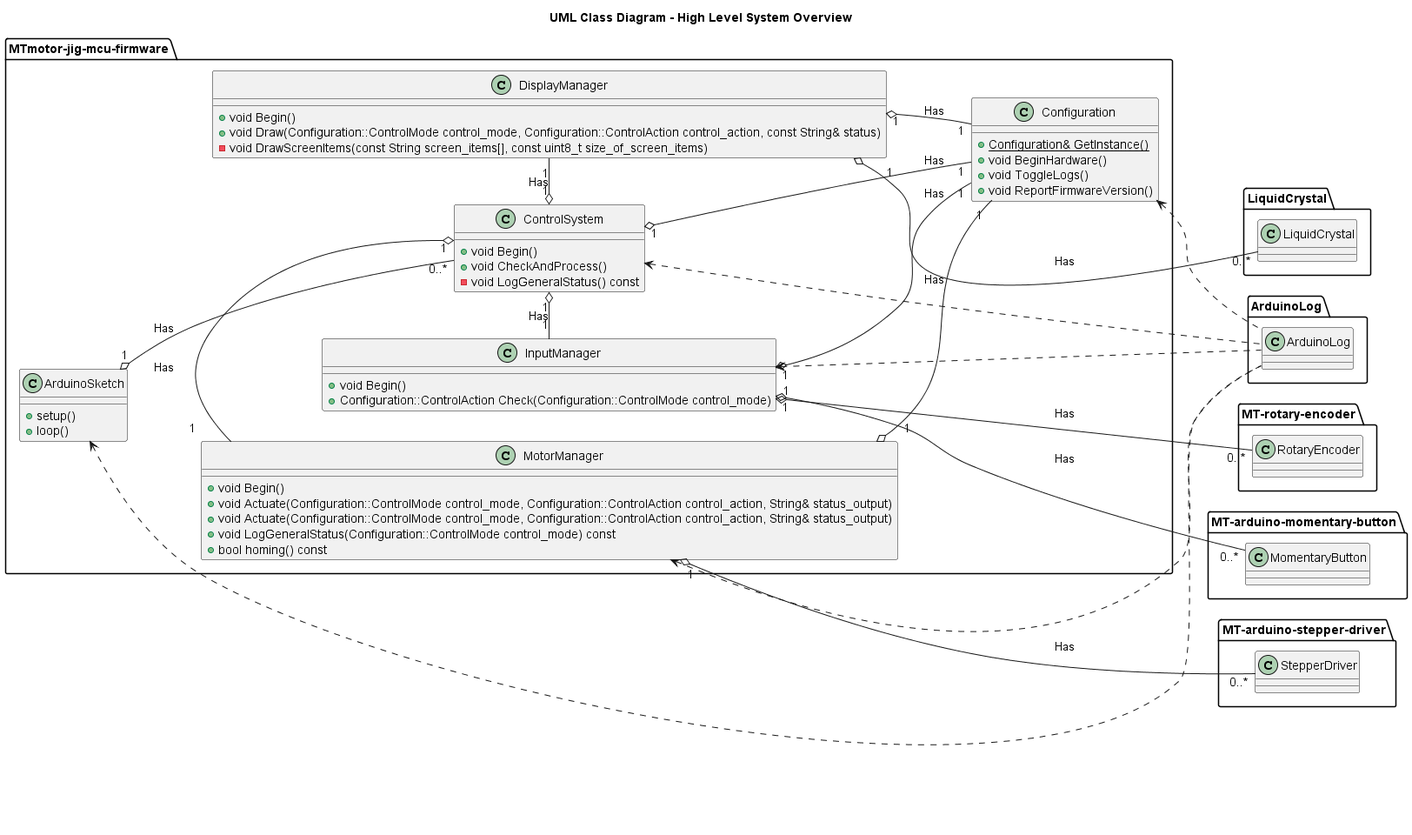
Above: images/uml-class-diagram-overview.png in Morgritech/MTmotor-jig-mcu-firmware (PlantUML), before the change.
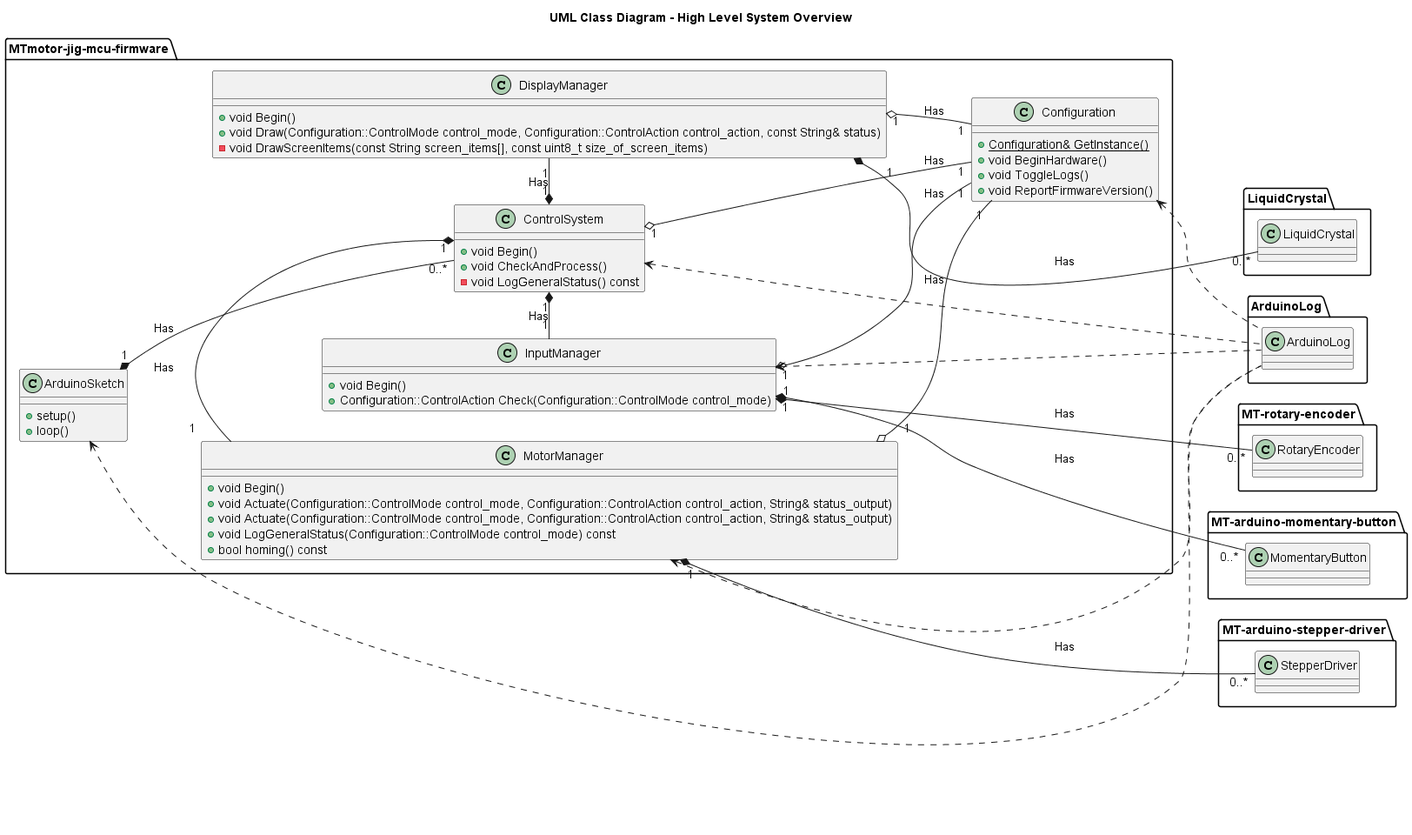
Later version of the same file.

Commit message:
Corrected UML class diagram.

The edit, as a diff of the source:
```diff
@@ -71,27 +71,27 @@
 
 }
 
-ArduinoSketch "1" o-- "0..*" ControlSystem : Has
+ArduinoSketch "1" *-- "0..*" ControlSystem : Has
 ArduinoSketch <.. ArduinoLog.ArduinoLog
 
 Configuration <.. ArduinoLog.ArduinoLog
 
 ControlSystem "1" o-- "1" Configuration : Has
-ControlSystem "1" o- "1" DisplayManager : Has
-ControlSystem "1" o- "1" InputManager : Has
-ControlSystem "1" o- "1" MotorManager : Has
+ControlSystem "1" *- "1" DisplayManager : Has
+ControlSystem "1" *- "1" InputManager : Has
+ControlSystem "1" *- "1" MotorManager : Has
 ControlSystem <.. ArduinoLog.ArduinoLog
 
 DisplayManager "1" o-- "1" Configuration : Has
-DisplayManager "1" o-- "0..*" LiquidCrystal.LiquidCrystal: Has
+DisplayManager "1" *-- "0..*" LiquidCrystal.LiquidCrystal: Has
 
 InputManager "1" o-- "1" Configuration : Has
-InputManager "1" o-- "0..*" MomentaryButton : Has
-InputManager "1" o-- "0..*" RotaryEncoder : Has
+InputManager "1" *-- "0..*" MomentaryButton : Has
+InputManager "1" *-- "0..*" RotaryEncoder : Has
 InputManager <.. ArduinoLog.ArduinoLog
 
 MotorManager "1" o-- "1" Configuration : Has
-MotorManager "1" o-- "0..*" StepperDriver : Has
+MotorManager "1" *-- "0..*" StepperDriver : Has
 MotorManager <.. ArduinoLog.ArduinoLog
 
 @enduml
```
